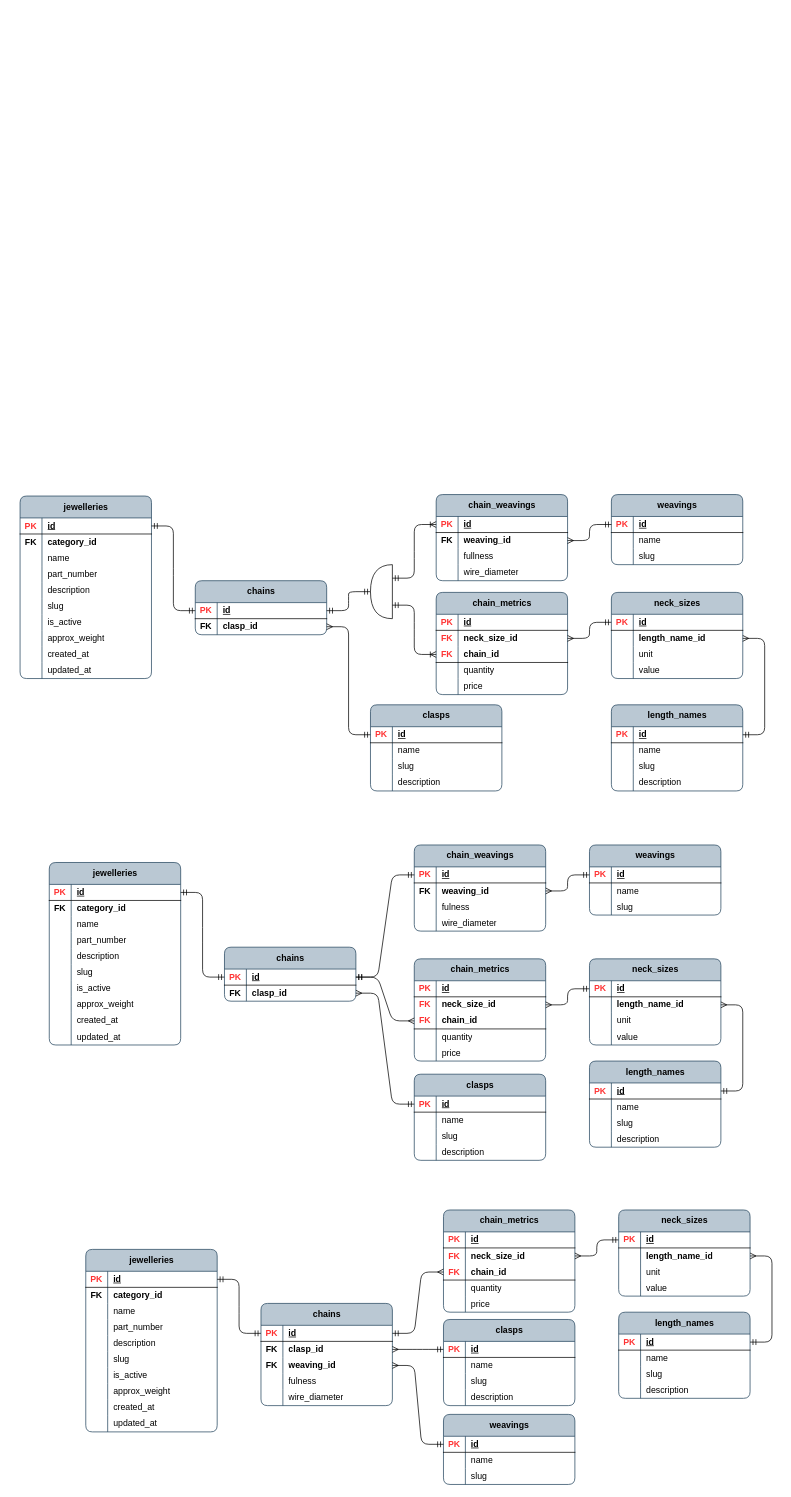
Earlier version of the draw.io diagram page "jw_chain_props" (9 of 14) of publisher/laravel-app/psql_jewellery_items.drawio (Local-development-environment/msg-brokers-publisher-consumer). Source tidied: cells renumbered, new cells numbered last; positions are measured from the earlier drawing's top-left corner, leaving out a move shared by most shapes. Both pictures are drawn from the tidied source at 73%, with x=0, y=0 at pixel (20, 494).
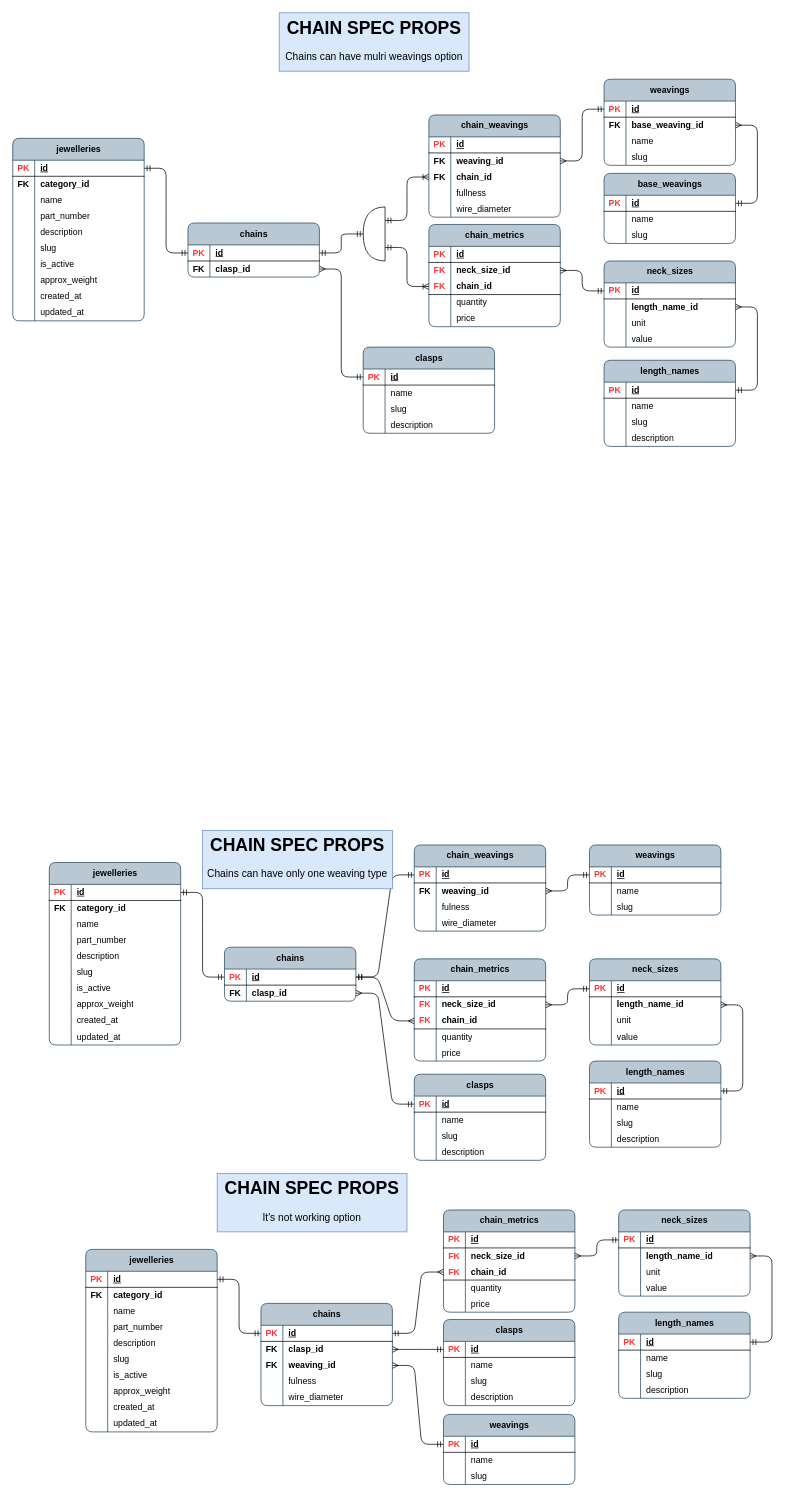
The same page after the edit.

Commit message (it also covers changes not shown here):
Weaving list enum and Base weaving list enum are ready, fixed multi weaving view with v_jewellery

The change refers to these unchanged cells:
```xml
<mxCell id="324" style="shape=tableRow;horizontal=0;startSize=0;swimlaneHead=0;swimlaneBody=0;fillColor=none;points=[[0,0.5],[1,0.5]];portConstraint=eastwest;top=0;left=0;right=0;bottom=1;rounded=0;" parent="323" vertex="1">
  <mxGeometry y="30" width="180" height="22" as="geometry" />
</mxCell>
```

What changed in the source:
```diff
@@
     <mxCell id="243" value="jewelleries" style="shape=table;startSize=30;childLayout=tableLayout;rowLines=0;fontStyle=1;align=center;html=1;rounded=1;swimlaneFillColor=none;fillColor=#bac8d3;strokeColor=#23445d;columnLines=1;arcSize=10;" parent="1" vertex="1">
-      <mxGeometry y="2" width="180" height="250" as="geometry" />
+      <mxGeometry x="-10" y="-488" width="180" height="250" as="geometry" />
     </mxCell>
@@
     <mxCell id="275" value="chains" style="shape=table;startSize=30;childLayout=tableLayout;rowLines=0;fontStyle=1;align=center;html=1;rounded=1;swimlaneFillColor=none;fillColor=#bac8d3;strokeColor=#23445d;columnLines=1;arcSize=10;" parent="1" vertex="1">
-      <mxGeometry x="240" y="118" width="180" height="74" as="geometry" />
+      <mxGeometry x="230" y="-372" width="180" height="74" as="geometry" />
     </mxCell>
@@
     <mxCell id="282" value="weavings" style="shape=table;startSize=30;childLayout=tableLayout;rowLines=0;fontStyle=1;align=center;html=1;rounded=1;swimlaneFillColor=none;fillColor=#bac8d3;strokeColor=#23445d;columnLines=1;arcSize=10;" parent="1" vertex="1">
-      <mxGeometry x="810" width="180" height="96" as="geometry" />
+      <mxGeometry x="800" y="-569" width="180" height="118" as="geometry" />
     </mxCell>
@@
+    <mxCell id="368" style="shape=tableRow;horizontal=0;startSize=0;swimlaneHead=0;swimlaneBody=0;fillColor=none;points=[[0,0.5],[1,0.5]];portConstraint=eastwest;top=0;left=0;right=0;bottom=0;rounded=0;" parent="282" vertex="1">
+      <mxGeometry y="52" width="180" height="22" as="geometry" />
+    </mxCell>
+    <mxCell id="369" value="&lt;b&gt;FK&lt;/b&gt;" style="shape=partialRectangle;fillColor=none;top=0;left=0;bottom=0;right=0;overflow=hidden;whiteSpace=wrap;html=1;" parent="368" vertex="1">
+      <mxGeometry width="30" height="22" as="geometry" />
+    </mxCell>
+    <mxCell id="370" value="&lt;b&gt;base_weaving_id&lt;/b&gt;" style="shape=partialRectangle;fillColor=none;top=0;left=0;bottom=0;right=0;align=left;spacingLeft=6;overflow=hidden;whiteSpace=wrap;html=1;" parent="368" vertex="1">
+      <mxGeometry x="30" width="150" height="22" as="geometry" />
+    </mxCell>
     <mxCell id="286" style="shape=tableRow;horizontal=0;startSize=0;swimlaneHead=0;swimlaneBody=0;fillColor=none;top=0;left=0;right=0;bottom=0;rounded=0;" parent="282" vertex="1">
-      <mxGeometry y="52" width="180" height="22" as="geometry" />
+      <mxGeometry y="74" width="180" height="22" as="geometry" />
     </mxCell>
@@
     <mxCell id="289" style="shape=tableRow;horizontal=0;startSize=0;swimlaneHead=0;swimlaneBody=0;fillColor=none;top=0;left=0;right=0;bottom=0;rounded=0;" parent="282" vertex="1">
-      <mxGeometry y="74" width="180" height="22" as="geometry" />
+      <mxGeometry y="96" width="180" height="22" as="geometry" />
     </mxCell>
@@
     <mxCell id="292" value="chain_metrics" style="shape=table;startSize=30;childLayout=tableLayout;rowLines=0;fontStyle=1;align=center;html=1;rounded=1;swimlaneFillColor=none;fillColor=#bac8d3;strokeColor=#23445d;columnLines=1;arcSize=10;" parent="1" vertex="1">
-      <mxGeometry x="570" y="134" width="180" height="140" as="geometry" />
+      <mxGeometry x="560" y="-370" width="180" height="140" as="geometry" />
     </mxCell>
@@
     <mxCell id="310" value="neck_sizes" style="shape=table;startSize=30;childLayout=tableLayout;rowLines=0;fontStyle=1;align=center;html=1;rounded=1;swimlaneFillColor=none;fillColor=#bac8d3;strokeColor=#23445d;columnLines=1;arcSize=10;" parent="1" vertex="1">
-      <mxGeometry x="810" y="134" width="180" height="118" as="geometry" />
+      <mxGeometry x="800" y="-320" width="180" height="118" as="geometry" />
     </mxCell>
@@
     <mxCell id="323" value="chain_weavings" style="shape=table;startSize=30;childLayout=tableLayout;rowLines=0;fontStyle=1;align=center;html=1;rounded=1;swimlaneFillColor=none;fillColor=#bac8d3;strokeColor=#23445d;columnLines=1;arcSize=10;" parent="1" vertex="1">
-      <mxGeometry x="570" width="180" height="118" as="geometry" />
+      <mxGeometry x="560" y="-520" width="180" height="140" as="geometry" />
     </mxCell>
@@
+    <mxCell id="371" style="shape=tableRow;horizontal=0;startSize=0;swimlaneHead=0;swimlaneBody=0;fillColor=none;points=[[0,0.5],[1,0.5]];portConstraint=eastwest;top=0;left=0;right=0;bottom=0;rounded=0;" parent="323" vertex="1">
+      <mxGeometry y="74" width="180" height="22" as="geometry" />
+    </mxCell>
+    <mxCell id="372" value="&lt;b&gt;FK&lt;/b&gt;" style="shape=partialRectangle;fillColor=none;top=0;left=0;bottom=0;right=0;overflow=hidden;whiteSpace=wrap;html=1;" parent="371" vertex="1">
+      <mxGeometry width="30" height="22" as="geometry" />
+    </mxCell>
+    <mxCell id="373" value="&lt;b&gt;chain_id&lt;/b&gt;" style="shape=partialRectangle;fillColor=none;top=0;left=0;bottom=0;right=0;align=left;spacingLeft=6;overflow=hidden;whiteSpace=wrap;html=1;" parent="371" vertex="1">
+      <mxGeometry x="30" width="150" height="22" as="geometry" />
+    </mxCell>
     <mxCell id="330" style="shape=tableRow;horizontal=0;startSize=0;swimlaneHead=0;swimlaneBody=0;fillColor=none;top=0;left=0;right=0;bottom=0;rounded=0;" parent="323" vertex="1">
-      <mxGeometry y="74" width="180" height="22" as="geometry" />
+      <mxGeometry y="96" width="180" height="22" as="geometry" />
     </mxCell>
@@
     <mxCell id="333" style="shape=tableRow;horizontal=0;startSize=0;swimlaneHead=0;swimlaneBody=0;fillColor=none;top=0;left=0;right=0;bottom=0;rounded=0;" parent="323" vertex="1">
-      <mxGeometry y="96" width="180" height="22" as="geometry" />
+      <mxGeometry y="118" width="180" height="22" as="geometry" />
     </mxCell>
@@
-    <mxCell id="337" style="edgeStyle=entityRelationEdgeStyle;fontSize=12;html=1;endArrow=ERoneToMany;rounded=1;curved=0;entryX=0;entryY=0.5;entryDx=0;entryDy=0;startArrow=ERmandOne;startFill=0;endFill=0;exitX=0;exitY=0.75;exitDx=0;exitDy=0;exitPerimeter=0;" parent="1" edge="1" source="366" target="324">
+    <mxCell id="337" style="edgeStyle=entityRelationEdgeStyle;fontSize=12;html=1;endArrow=ERoneToMany;rounded=1;curved=0;entryX=0;entryY=0.5;entryDx=0;entryDy=0;startArrow=ERmandOne;startFill=0;endFill=0;exitX=0;exitY=0.75;exitDx=0;exitDy=0;exitPerimeter=0;" parent="1" edge="1" source="366" target="371">
       <mxGeometry relative="1" as="geometry" />
     </mxCell>
@@
     <mxCell id="339" value="clasps" style="shape=table;startSize=30;childLayout=tableLayout;rowLines=0;fontStyle=1;align=center;html=1;rounded=1;swimlaneFillColor=none;fillColor=#bac8d3;strokeColor=#23445d;columnLines=1;arcSize=10;" parent="1" vertex="1">
-      <mxGeometry x="480" y="288" width="180" height="118" as="geometry" />
+      <mxGeometry x="470" y="-202" width="180" height="118" as="geometry" />
     </mxCell>
@@
     <mxCell id="352" value="length_names" style="shape=table;startSize=30;childLayout=tableLayout;rowLines=0;fontStyle=1;align=center;html=1;rounded=1;swimlaneFillColor=none;fillColor=#bac8d3;strokeColor=#23445d;columnLines=1;arcSize=10;" parent="1" vertex="1">
-      <mxGeometry x="810" y="288" width="180" height="118" as="geometry" />
+      <mxGeometry x="800" y="-184" width="180" height="118" as="geometry" />
     </mxCell>
@@
     <mxCell id="366" style="shape=or;whiteSpace=wrap;html=1;fillColor=none;direction=west;" parent="1" vertex="1">
-      <mxGeometry x="480" y="96" width="30" height="74" as="geometry" />
+      <mxGeometry x="470" y="-394" width="30" height="74" as="geometry" />
     </mxCell>
@@
+    <mxCell id="374" value="&lt;h1 style=&quot;margin-top: 0px;&quot;&gt;CHAIN SPEC PROPS&lt;/h1&gt;&lt;p&gt;&lt;font style=&quot;font-size: 14px;&quot;&gt;Chains can have mulri weavings option&lt;/font&gt;&lt;/p&gt;" style="text;html=1;whiteSpace=wrap;overflow=hidden;rounded=0;fillColor=#dae8fc;strokeColor=#6c8ebf;align=center;" parent="1" vertex="1">
+      <mxGeometry x="355" y="-660" width="260" height="80" as="geometry" />
+    </mxCell>
+    <mxCell id="375" value="&lt;h1 style=&quot;margin-top: 0px;&quot;&gt;CHAIN SPEC PROPS&lt;/h1&gt;&lt;p&gt;&lt;font style=&quot;font-size: 14px;&quot;&gt;Chains can have only one weaving type&lt;/font&gt;&lt;/p&gt;" style="text;html=1;whiteSpace=wrap;overflow=hidden;rounded=0;fillColor=#dae8fc;strokeColor=#6c8ebf;align=center;" parent="1" vertex="1">
+      <mxGeometry x="250" y="460" width="260" height="80" as="geometry" />
+    </mxCell>
+    <mxCell id="376" value="&lt;h1 style=&quot;margin-top: 0px;&quot;&gt;CHAIN SPEC PROPS&lt;/h1&gt;&lt;p&gt;&lt;span style=&quot;font-size: 14px;&quot;&gt;It's not working option&lt;/span&gt;&lt;/p&gt;" style="text;html=1;whiteSpace=wrap;overflow=hidden;rounded=0;fillColor=#dae8fc;strokeColor=#6c8ebf;align=center;" parent="1" vertex="1">
+      <mxGeometry x="270" y="930" width="260" height="80" as="geometry" />
+    </mxCell>
+    <mxCell id="377" value="base_weavings" style="shape=table;startSize=30;childLayout=tableLayout;rowLines=0;fontStyle=1;align=center;html=1;rounded=1;swimlaneFillColor=none;fillColor=#bac8d3;strokeColor=#23445d;columnLines=1;arcSize=10;" parent="1" vertex="1">
+      <mxGeometry x="800" y="-440" width="180" height="96" as="geometry" />
+    </mxCell>
+    <mxCell id="378" style="shape=tableRow;horizontal=0;startSize=0;swimlaneHead=0;swimlaneBody=0;fillColor=none;points=[[0,0.5],[1,0.5]];portConstraint=eastwest;top=0;left=0;right=0;bottom=1;rounded=0;" parent="377" vertex="1">
+      <mxGeometry y="30" width="180" height="22" as="geometry" />
+    </mxCell>
+    <mxCell id="379" value="&lt;font color=&quot;#ff3333&quot;&gt;PK&lt;/font&gt;" style="shape=partialRectangle;fillColor=none;top=0;left=0;bottom=0;right=0;fontStyle=1;overflow=hidden;whiteSpace=wrap;html=1;" parent="378" vertex="1">
+      <mxGeometry width="30" height="22" as="geometry" />
+    </mxCell>
+    <mxCell id="380" value="id" style="shape=partialRectangle;fillColor=none;top=0;left=0;bottom=0;right=0;align=left;spacingLeft=6;fontStyle=5;overflow=hidden;whiteSpace=wrap;html=1;" parent="378" vertex="1">
+      <mxGeometry x="30" width="150" height="22" as="geometry" />
+    </mxCell>
+    <mxCell id="381" style="shape=tableRow;horizontal=0;startSize=0;swimlaneHead=0;swimlaneBody=0;fillColor=none;top=0;left=0;right=0;bottom=0;rounded=0;" parent="377" vertex="1">
+      <mxGeometry y="52" width="180" height="22" as="geometry" />
+    </mxCell>
+    <mxCell id="382" style="shape=partialRectangle;fillColor=none;top=0;left=0;bottom=0;right=0;overflow=hidden;whiteSpace=wrap;html=1;" parent="381" vertex="1">
+      <mxGeometry width="30" height="22" as="geometry" />
+    </mxCell>
+    <mxCell id="383" value="name" style="shape=partialRectangle;fillColor=none;top=0;left=0;bottom=0;right=0;align=left;spacingLeft=6;overflow=hidden;whiteSpace=wrap;html=1;" parent="381" vertex="1">
+      <mxGeometry x="30" width="150" height="22" as="geometry" />
+    </mxCell>
+    <mxCell id="384" style="shape=tableRow;horizontal=0;startSize=0;swimlaneHead=0;swimlaneBody=0;fillColor=none;top=0;left=0;right=0;bottom=0;rounded=0;" parent="377" vertex="1">
+      <mxGeometry y="74" width="180" height="22" as="geometry" />
+    </mxCell>
+    <mxCell id="385" style="shape=partialRectangle;fillColor=none;top=0;left=0;bottom=0;right=0;overflow=hidden;whiteSpace=wrap;html=1;" parent="384" vertex="1">
+      <mxGeometry width="30" height="22" as="geometry" />
+    </mxCell>
+    <mxCell id="386" value="slug" style="shape=partialRectangle;fillColor=none;top=0;left=0;bottom=0;right=0;align=left;spacingLeft=6;overflow=hidden;whiteSpace=wrap;html=1;" parent="384" vertex="1">
+      <mxGeometry x="30" width="150" height="22" as="geometry" />
+    </mxCell>
+    <mxCell id="387" style="edgeStyle=entityRelationEdgeStyle;fontSize=12;html=1;endArrow=ERmany;rounded=1;curved=0;exitX=1;exitY=0.5;exitDx=0;exitDy=0;startArrow=ERmandOne;startFill=0;entryX=1;entryY=0.5;entryDx=0;entryDy=0;" parent="1" edge="1" source="378" target="368">
+      <mxGeometry relative="1" as="geometry" />
+    </mxCell>
```
